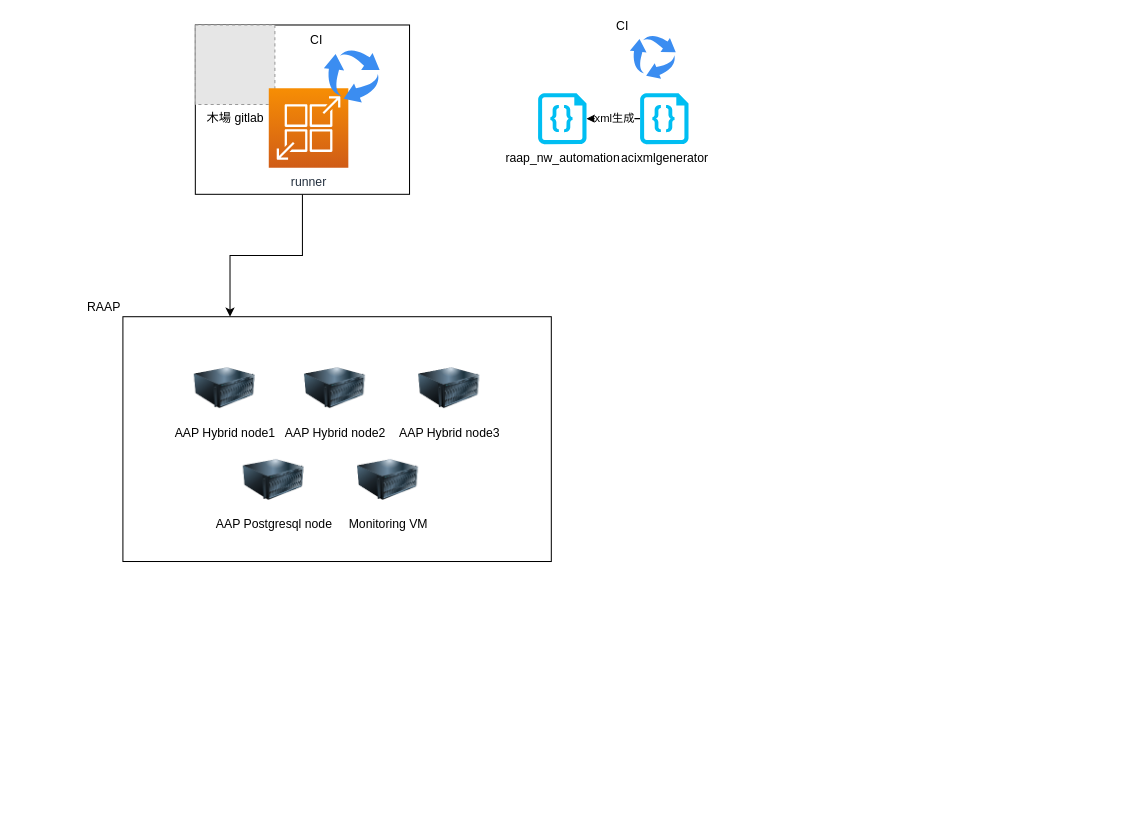
nhanawa/drawio keeps this draw.io diagram as page "ページ1" (1 of 2) of Entire_Design_img.drawio. Above is the earlier version. Source tidied: cells renumbered, new cells numbered last; positions are measured from the earlier drawing's top-left corner, leaving out a move shared by most shapes. Both pictures are drawn from the tidied source at 102%, with x=0, y=0 at pixel (122, 24). Pictures stored in the file or linked from it are replaced by grey dashed boxes.
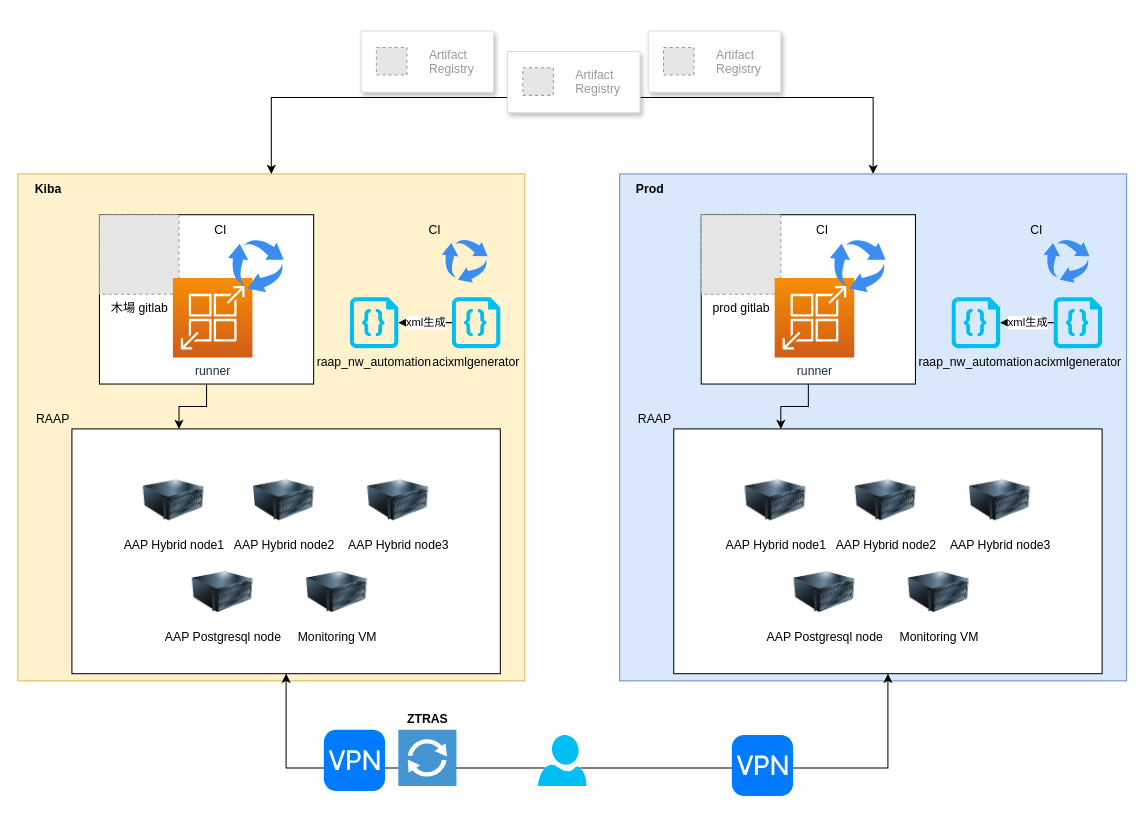
Above is the later version.

The edit, as a diff of the source:
```diff
@@
+    <mxCell id="19" style="whiteSpace=wrap;html=1;fillColor=#fff2cc;strokeColor=#d6b656;" parent="1" vertex="1">
+      <mxGeometry x="-103" y="146" width="497" height="497" as="geometry" />
+    </mxCell>
@@
     <mxCell id="3" style="rounded=0;whiteSpace=wrap;html=1;fillColor=default;align=right;labelPosition=left;verticalLabelPosition=top;verticalAlign=bottom;" parent="1" vertex="1">
-      <mxGeometry x="71" width="210" height="166" as="geometry" />
+      <mxGeometry x="-23" y="186" width="210" height="166" as="geometry" />
     </mxCell>
     <mxCell id="4" value="RAAP" style="rounded=0;whiteSpace=wrap;html=1;fillColor=default;align=right;labelPosition=left;verticalLabelPosition=top;verticalAlign=bottom;" parent="1" vertex="1">
-      <mxGeometry y="286" width="420" height="240" as="geometry" />
+      <mxGeometry x="-50" y="396" width="420" height="240" as="geometry" />
     </mxCell>
     <mxCell id="5" value="木場 gitlab" style="fillColor=#E6E6E6;strokeColor=#999999;dashed=1;html=1;verticalAlign=top;verticalLabelPosition=bottom;labelBackgroundColor=#ffffff;" parent="1" vertex="1">
-      <mxGeometry x="71" width="78" height="78" as="geometry" />
+      <mxGeometry x="-23" y="186" width="78" height="78" as="geometry" />
     </mxCell>
@@
     <mxCell id="8" value="acixmlgenerator" style="verticalLabelPosition=bottom;html=1;verticalAlign=top;align=center;strokeColor=none;fillColor=#00BEF2;shape=mxgraph.azure.code_file;" parent="1" vertex="1">
-      <mxGeometry x="507" y="66.8" width="47.5" height="50" as="geometry" />
+      <mxGeometry x="322.5" y="266.8" width="47.5" height="50" as="geometry" />
     </mxCell>
     <mxCell id="9" value="raap_nw_automation" style="verticalLabelPosition=bottom;html=1;verticalAlign=top;align=center;strokeColor=none;fillColor=#00BEF2;shape=mxgraph.azure.code_file;" parent="1" vertex="1">
-      <mxGeometry x="407" y="66.8" width="47.5" height="50" as="geometry" />
+      <mxGeometry x="222.5" y="266.8" width="47.5" height="50" as="geometry" />
     </mxCell>
     <mxCell id="10" value="runner" style="sketch=0;fontColor=#232F3E;gradientColor=#F78E04;gradientDirection=north;fillColor=#D05C17;strokeColor=#ffffff;dashed=0;verticalLabelPosition=bottom;verticalAlign=top;align=center;html=1;fontSize=12;fontStyle=0;shape=mxgraph.aws4.resourceIcon;resIcon=mxgraph.aws4.app_runner;" parent="1" vertex="1">
-      <mxGeometry x="143" y="62" width="78" height="78" as="geometry" />
+      <mxGeometry x="49" y="248" width="78" height="78" as="geometry" />
     </mxCell>
     <mxCell id="11" value="CI" style="sketch=0;html=1;strokeColor=none;shadow=0;align=right;verticalAlign=bottom;fillColor=#3B8DF1;shape=mxgraph.gcp2.arrow_cycle;labelPosition=left;verticalLabelPosition=top;" parent="1" vertex="1">
-      <mxGeometry x="497" y="10" width="45" height="42.8" as="geometry" />
+      <mxGeometry x="312.5" y="210" width="45" height="42.8" as="geometry" />
     </mxCell>
     <mxCell id="12" value="CI" style="sketch=0;html=1;strokeColor=none;shadow=0;align=right;verticalAlign=bottom;fillColor=#3B8DF1;shape=mxgraph.gcp2.arrow_cycle;labelPosition=left;verticalLabelPosition=top;" parent="1" vertex="1">
-      <mxGeometry x="197" y="24" width="54.7" height="52" as="geometry" />
+      <mxGeometry x="103" y="210" width="54.7" height="52" as="geometry" />
     </mxCell>
     <mxCell id="13" style="group;" parent="1" vertex="1">
-      <mxGeometry x="70" y="326" width="280" height="150" as="geometry" />
+      <mxGeometry x="20" y="436" width="280" height="150" as="geometry" />
     </mxCell>
@@
+    <mxCell id="20" value="Kiba" style="text;html=1;strokeColor=none;fillColor=none;align=center;verticalAlign=middle;whiteSpace=wrap;rounded=0;fontStyle=1;" parent="1" vertex="1">
+      <mxGeometry x="-103" y="146" width="60" height="30" as="geometry" />
+    </mxCell>
+    <mxCell id="21" style="edgeStyle=orthogonalEdgeStyle;rounded=0;jettySize=auto;html=1;exitX=0;exitY=0.75;exitDx=0;exitDy=0;entryX=0.5;entryY=0;entryDx=0;entryDy=0;strokeColor=default;strokeWidth=1;" parent="1" edge="1" source="23" target="19">
+      <mxGeometry relative="1" as="geometry" />
+    </mxCell>
+    <mxCell id="22" style="edgeStyle=orthogonalEdgeStyle;rounded=0;jettySize=auto;html=1;exitX=1;exitY=0.75;exitDx=0;exitDy=0;strokeColor=default;strokeWidth=1;" parent="1" edge="1" source="23" target="25">
+      <mxGeometry relative="1" as="geometry" />
+    </mxCell>
+    <mxCell id="23" style="strokeColor=#dddddd;shadow=1;strokeWidth=1;rounded=1;absoluteArcSize=1;arcSize=2;" parent="1" vertex="1">
+      <mxGeometry x="377" y="26" width="130" height="60" as="geometry" />
+    </mxCell>
+    <mxCell id="24" value="Artifact&#10;Registry" style="fillColor=#E6E6E6;strokeColor=#999999;dashed=1;fontColor=#999999;verticalLabelPosition=middle;labelBackgroundColor=#ffffff;verticalAlign=middle;labelPosition=right;align=left;spacingLeft=20;" parent="23" vertex="1">
+      <mxGeometry width="30" height="27" relative="1" as="geometry">
+        <mxPoint x="15" y="16" as="offset" />
+      </mxGeometry>
+    </mxCell>
+    <mxCell id="25" style="whiteSpace=wrap;html=1;fillColor=#dae8fc;strokeColor=#6c8ebf;" parent="1" vertex="1">
+      <mxGeometry x="487" y="146" width="497" height="497" as="geometry" />
+    </mxCell>
+    <mxCell id="26" style="edgeStyle=orthogonalEdgeStyle;rounded=0;jettySize=auto;html=1;entryX=0.25;entryY=0;entryDx=0;entryDy=0;" parent="1" edge="1" source="27" target="28">
+      <mxGeometry relative="1" as="geometry" />
+    </mxCell>
+    <mxCell id="27" style="rounded=0;whiteSpace=wrap;html=1;fillColor=default;align=right;labelPosition=left;verticalLabelPosition=top;verticalAlign=bottom;" parent="1" vertex="1">
+      <mxGeometry x="567" y="186" width="210" height="166" as="geometry" />
+    </mxCell>
+    <mxCell id="28" value="RAAP" style="rounded=0;whiteSpace=wrap;html=1;fillColor=default;align=right;labelPosition=left;verticalLabelPosition=top;verticalAlign=bottom;" parent="1" vertex="1">
+      <mxGeometry x="540" y="396" width="420" height="240" as="geometry" />
+    </mxCell>
+    <mxCell id="29" value="prod gitlab" style="fillColor=#E6E6E6;strokeColor=#999999;dashed=1;html=1;verticalAlign=top;verticalLabelPosition=bottom;labelBackgroundColor=#ffffff;" parent="1" vertex="1">
+      <mxGeometry x="567" y="186" width="78" height="78" as="geometry" />
+    </mxCell>
+    <mxCell id="30" style="edgeStyle=orthogonalEdgeStyle;rounded=0;jettySize=auto;html=1;entryX=1;entryY=0.5;entryDx=0;entryDy=0;entryPerimeter=0;" parent="1" edge="1" source="32" target="33">
+      <mxGeometry relative="1" as="geometry" />
+    </mxCell>
+    <mxCell id="31" value="xml生成" style="edgeLabel;html=1;align=center;verticalAlign=middle;" parent="30" vertex="1">
+      <mxGeometry relative="1" as="geometry" />
+    </mxCell>
+    <mxCell id="32" value="acixmlgenerator" style="verticalLabelPosition=bottom;html=1;verticalAlign=top;align=center;strokeColor=none;fillColor=#00BEF2;shape=mxgraph.azure.code_file;" parent="1" vertex="1">
+      <mxGeometry x="912.5" y="266.8" width="47.5" height="50" as="geometry" />
+    </mxCell>
+    <mxCell id="33" value="raap_nw_automation" style="verticalLabelPosition=bottom;html=1;verticalAlign=top;align=center;strokeColor=none;fillColor=#00BEF2;shape=mxgraph.azure.code_file;" parent="1" vertex="1">
+      <mxGeometry x="812.5" y="266.8" width="47.5" height="50" as="geometry" />
+    </mxCell>
+    <mxCell id="34" value="runner" style="sketch=0;fontColor=#232F3E;gradientColor=#F78E04;gradientDirection=north;fillColor=#D05C17;strokeColor=#ffffff;dashed=0;verticalLabelPosition=bottom;verticalAlign=top;align=center;html=1;fontSize=12;fontStyle=0;shape=mxgraph.aws4.resourceIcon;resIcon=mxgraph.aws4.app_runner;" parent="1" vertex="1">
+      <mxGeometry x="639" y="248" width="78" height="78" as="geometry" />
+    </mxCell>
+    <mxCell id="35" value="CI" style="sketch=0;html=1;strokeColor=none;shadow=0;align=right;verticalAlign=bottom;fillColor=#3B8DF1;shape=mxgraph.gcp2.arrow_cycle;labelPosition=left;verticalLabelPosition=top;" parent="1" vertex="1">
+      <mxGeometry x="902.5" y="210" width="45" height="42.8" as="geometry" />
+    </mxCell>
+    <mxCell id="36" value="CI" style="sketch=0;html=1;strokeColor=none;shadow=0;align=right;verticalAlign=bottom;fillColor=#3B8DF1;shape=mxgraph.gcp2.arrow_cycle;labelPosition=left;verticalLabelPosition=top;" parent="1" vertex="1">
+      <mxGeometry x="693" y="210" width="54.7" height="52" as="geometry" />
+    </mxCell>
+    <mxCell id="37" style="group;" parent="1" vertex="1">
+      <mxGeometry x="610" y="436" width="280" height="150" as="geometry" />
+    </mxCell>
+    <mxCell id="38" value="AAP Hybrid node1" style="image;html=1;image=img/lib/clip_art/computers/Server_128x128.png;" parent="37" vertex="1">
+      <mxGeometry width="60" height="60" as="geometry" />
+    </mxCell>
+    <mxCell id="39" value="AAP Hybrid node2" style="image;html=1;image=img/lib/clip_art/computers/Server_128x128.png;" parent="37" vertex="1">
+      <mxGeometry x="108" width="60" height="60" as="geometry" />
+    </mxCell>
+    <mxCell id="40" value="AAP Hybrid node3" style="image;html=1;image=img/lib/clip_art/computers/Server_128x128.png;" parent="37" vertex="1">
+      <mxGeometry x="220" width="60" height="60" as="geometry" />
+    </mxCell>
+    <mxCell id="41" value="AAP Postgresql node" style="image;html=1;image=img/lib/clip_art/computers/Server_128x128.png;" parent="37" vertex="1">
+      <mxGeometry x="48" y="90" width="60" height="60" as="geometry" />
+    </mxCell>
+    <mxCell id="42" value="Monitoring VM" style="image;html=1;image=img/lib/clip_art/computers/Server_128x128.png;" parent="37" vertex="1">
+      <mxGeometry x="160" y="90" width="60" height="60" as="geometry" />
+    </mxCell>
+    <mxCell id="43" value="Prod" style="text;html=1;strokeColor=none;fillColor=none;align=center;verticalAlign=middle;whiteSpace=wrap;rounded=0;fontStyle=1;" parent="1" vertex="1">
+      <mxGeometry x="487" y="146" width="60" height="30" as="geometry" />
+    </mxCell>
+    <mxCell id="44" style="edgeStyle=orthogonalEdgeStyle;rounded=0;jettySize=auto;html=1;exitX=0.14;exitY=0.65;exitDx=0;exitDy=0;exitPerimeter=0;entryX=0.5;entryY=1;entryDx=0;entryDy=0;strokeColor=default;strokeWidth=1;" parent="1" edge="1" source="46" target="4">
+      <mxGeometry relative="1" as="geometry" />
+    </mxCell>
+    <mxCell id="45" style="edgeStyle=orthogonalEdgeStyle;rounded=0;jettySize=auto;html=1;exitX=0.87;exitY=0.65;exitDx=0;exitDy=0;exitPerimeter=0;strokeColor=default;strokeWidth=1;" parent="1" edge="1" source="46" target="28">
+      <mxGeometry relative="1" as="geometry" />
+    </mxCell>
+    <mxCell id="46" style="verticalLabelPosition=bottom;html=1;verticalAlign=top;align=center;strokeColor=none;fillColor=#00BEF2;shape=mxgraph.azure.user;" parent="1" vertex="1">
+      <mxGeometry x="407" y="696" width="47.5" height="50" as="geometry" />
+    </mxCell>
+    <mxCell id="47" style="html=1;strokeWidth=1;shadow=0;dashed=0;shape=mxgraph.ios7.misc.vpn;fillColor=#007AFF;strokeColor=none;buttonText=;strokeColor2=#222222;fontColor=#222222;fontSize=8;verticalLabelPosition=bottom;verticalAlign=top;align=center;sketch=0;" parent="1" vertex="1">
+      <mxGeometry x="197" y="691" width="60" height="60" as="geometry" />
+    </mxCell>
+    <mxCell id="48" style="html=1;strokeWidth=1;shadow=0;dashed=0;shape=mxgraph.ios7.misc.vpn;fillColor=#007AFF;strokeColor=none;buttonText=;strokeColor2=#222222;fontColor=#222222;fontSize=8;verticalLabelPosition=bottom;verticalAlign=top;align=center;sketch=0;" parent="1" vertex="1">
+      <mxGeometry x="597" y="696" width="60" height="60" as="geometry" />
+    </mxCell>
+    <mxCell id="49" style="shadow=0;dashed=0;html=1;strokeColor=none;fillColor=#4495D1;labelPosition=center;verticalLabelPosition=bottom;verticalAlign=top;align=center;shape=mxgraph.veeam.2d.proxy;" parent="1" vertex="1">
+      <mxGeometry x="270" y="691" width="57" height="55" as="geometry" />
+    </mxCell>
+    <mxCell id="50" value="ZTRAS" style="text;html=1;strokeColor=none;fillColor=none;align=center;verticalAlign=middle;whiteSpace=wrap;rounded=0;fontStyle=1;" parent="1" vertex="1">
+      <mxGeometry x="268.5" y="666" width="60" height="30" as="geometry" />
+    </mxCell>
+    <mxCell id="51" style="strokeColor=#dddddd;shadow=1;strokeWidth=1;rounded=1;absoluteArcSize=1;arcSize=2;" parent="1" vertex="1">
+      <mxGeometry x="233.5" y="6" width="130" height="60" as="geometry" />
+    </mxCell>
+    <mxCell id="52" value="Artifact&#10;Registry" style="fillColor=#E6E6E6;strokeColor=#999999;dashed=1;fontColor=#999999;verticalLabelPosition=middle;labelBackgroundColor=#ffffff;verticalAlign=middle;labelPosition=right;align=left;spacingLeft=20;" parent="51" vertex="1">
+      <mxGeometry width="30" height="27" relative="1" as="geometry">
+        <mxPoint x="15" y="16" as="offset" />
+      </mxGeometry>
+    </mxCell>
+    <mxCell id="53" style="strokeColor=#dddddd;shadow=1;strokeWidth=1;rounded=1;absoluteArcSize=1;arcSize=2;" parent="1" vertex="1">
+      <mxGeometry x="515" y="6" width="130" height="60" as="geometry" />
+    </mxCell>
+    <mxCell id="54" value="Artifact&#10;Registry" style="fillColor=#E6E6E6;strokeColor=#999999;dashed=1;fontColor=#999999;verticalLabelPosition=middle;labelBackgroundColor=#ffffff;verticalAlign=middle;labelPosition=right;align=left;spacingLeft=20;" parent="53" vertex="1">
+      <mxGeometry width="30" height="27" relative="1" as="geometry">
+        <mxPoint x="15" y="16" as="offset" />
+      </mxGeometry>
+    </mxCell>
```
